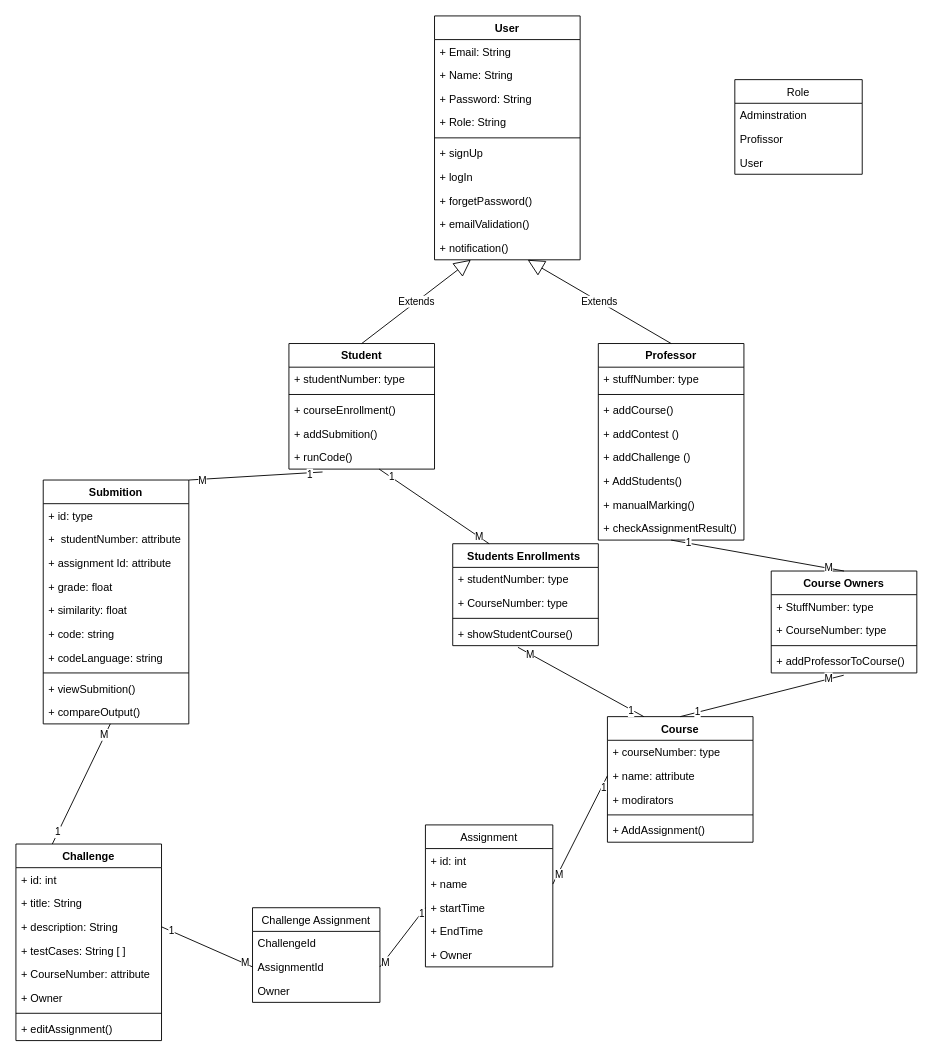
This is Project Matirial/An-Najah Rank.drawio from Momen-Odeh/An-Najah-Rank, a draw.io file, before an edit. Source tidied: cells renumbered, new cells numbered last; positions are measured from the earlier drawing's top-left corner, leaving out a move shared by most shapes. Both pictures are drawn from the tidied source at 91%, with x=0, y=0 at pixel (15, 15).
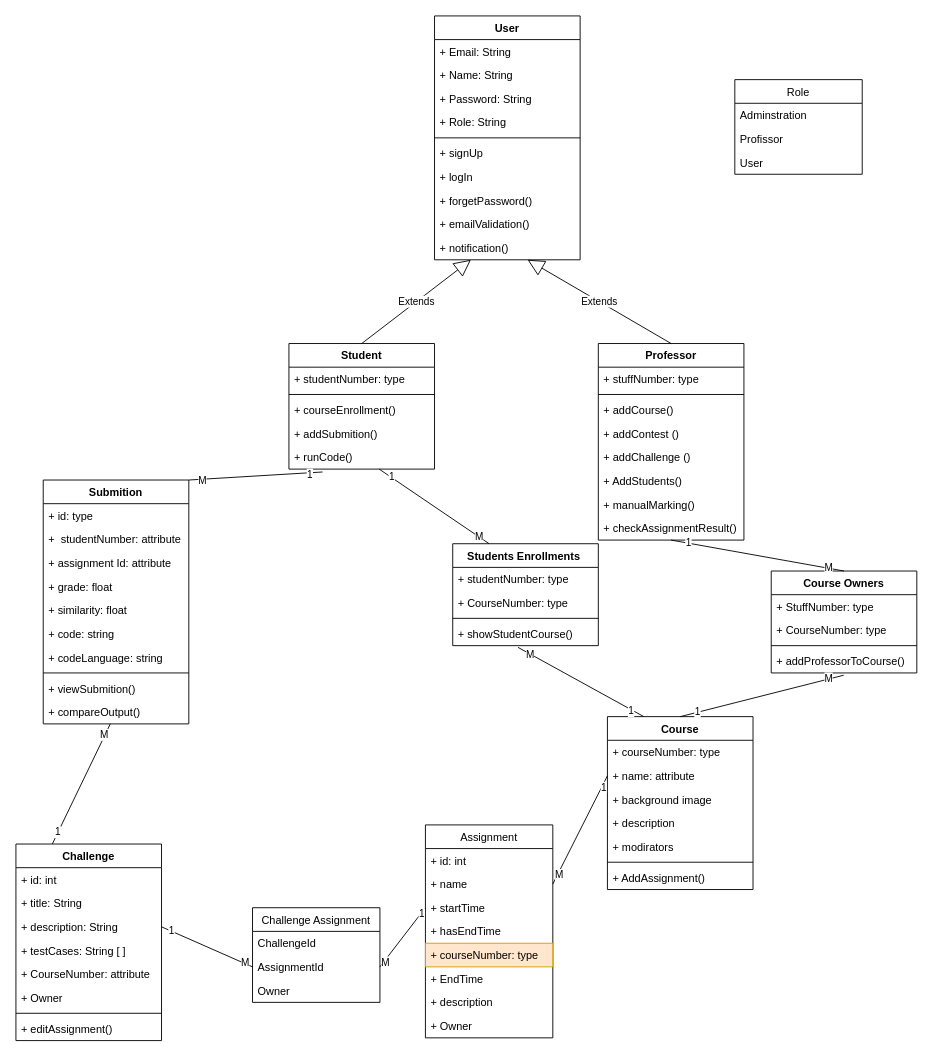
The same diagram, later.

Diff of the diagram source:
```diff
@@
     <mxCell id="30" value="Course" style="swimlane;fontStyle=1;align=center;verticalAlign=top;horizontal=1;startSize=26;" parent="1" vertex="1">
-      <mxGeometry x="650" y="770" width="160" height="138" as="geometry" />
+      <mxGeometry x="650" y="770" width="160" height="190" as="geometry" />
     </mxCell>
@@
+    <mxCell id="107" value="+ background image" style="text;strokeColor=none;fillColor=none;align=left;verticalAlign=top;spacingLeft=4;spacingRight=4;overflow=hidden;" parent="30" vertex="1">
+      <mxGeometry y="78" width="160" height="26" as="geometry" />
+    </mxCell>
+    <mxCell id="108" value="+ description" style="text;strokeColor=none;fillColor=none;align=left;verticalAlign=top;spacingLeft=4;spacingRight=4;overflow=hidden;" parent="30" vertex="1">
+      <mxGeometry y="104" width="160" height="26" as="geometry" />
+    </mxCell>
     <mxCell id="33" value="+ modirators" style="text;strokeColor=none;fillColor=none;align=left;verticalAlign=top;spacingLeft=4;spacingRight=4;overflow=hidden;" parent="30" vertex="1">
-      <mxGeometry y="78" width="160" height="26" as="geometry" />
+      <mxGeometry y="130" width="160" height="26" as="geometry" />
     </mxCell>
     <mxCell id="34" style="line;strokeWidth=1;fillColor=none;align=left;verticalAlign=middle;spacingTop=-1;spacingLeft=3;spacingRight=3;labelPosition=right;" parent="30" vertex="1">
-      <mxGeometry y="104" width="160" height="8" as="geometry" />
+      <mxGeometry y="156" width="160" height="8" as="geometry" />
     </mxCell>
     <mxCell id="35" value="+ AddAssignment()" style="text;strokeColor=none;fillColor=none;align=left;verticalAlign=top;spacingLeft=4;spacingRight=4;overflow=hidden;" parent="30" vertex="1">
-      <mxGeometry y="112" width="160" height="26" as="geometry" />
+      <mxGeometry y="164" width="160" height="26" as="geometry" />
     </mxCell>
@@
     <mxCell id="91" value="Assignment" style="swimlane;fontStyle=0;horizontal=1;startSize=26;fillColor=none;" parent="1" vertex="1">
-      <mxGeometry x="450" y="889" width="140" height="156" as="geometry" />
+      <mxGeometry x="450" y="889" width="140" height="234" as="geometry" />
     </mxCell>
@@
+    <mxCell id="109" value="+ hasEndTime" style="text;strokeColor=none;fillColor=none;align=left;verticalAlign=top;spacingLeft=4;spacingRight=4;overflow=hidden;" parent="91" vertex="1">
+      <mxGeometry y="104" width="140" height="26" as="geometry" />
+    </mxCell>
+    <mxCell id="110" value="+ courseNumber: type" style="text;strokeColor=#d79b00;fillColor=#ffe6cc;align=left;verticalAlign=top;spacingLeft=4;spacingRight=4;overflow=hidden;" parent="91" vertex="1">
+      <mxGeometry y="130" width="140" height="26" as="geometry" />
+    </mxCell>
     <mxCell id="95" value="+ EndTime" style="text;strokeColor=none;fillColor=none;align=left;verticalAlign=top;spacingLeft=4;spacingRight=4;overflow=hidden;" parent="91" vertex="1">
-      <mxGeometry y="104" width="140" height="26" as="geometry" />
+      <mxGeometry y="156" width="140" height="26" as="geometry" />
     </mxCell>
+    <mxCell id="111" value="+ description" style="text;strokeColor=none;fillColor=none;align=left;verticalAlign=top;spacingLeft=4;spacingRight=4;overflow=hidden;" parent="91" vertex="1">
+      <mxGeometry y="182" width="140" height="26" as="geometry" />
+    </mxCell>
     <mxCell id="96" value="+ Owner" style="text;strokeColor=none;fillColor=none;align=left;verticalAlign=top;spacingLeft=4;spacingRight=4;overflow=hidden;" parent="91" vertex="1">
-      <mxGeometry y="130" width="140" height="26" as="geometry" />
+      <mxGeometry y="208" width="140" height="26" as="geometry" />
     </mxCell>
```
